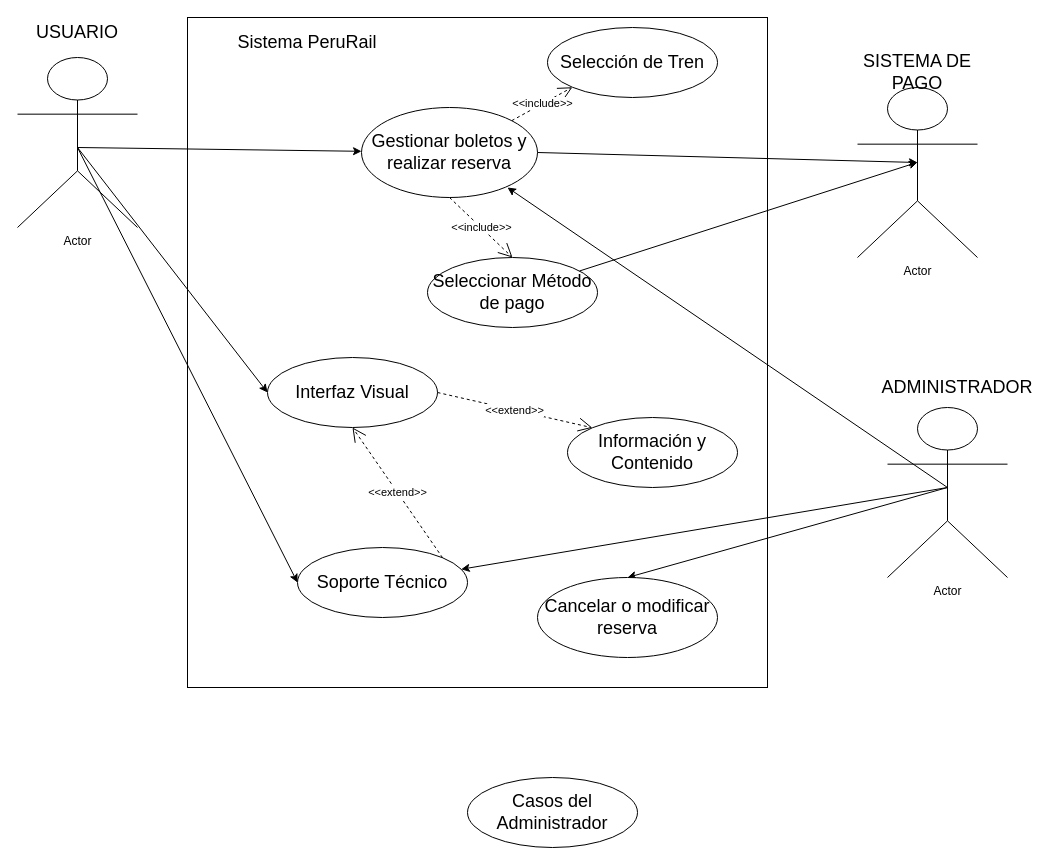
Above: Diagrama_de_usos.drawio in davidev-m/peruRail (draw.io), before the change. Source tidied: cells renumbered, new cells numbered last; positions are measured from the earlier drawing's top-left corner, leaving out a move shared by most shapes. Both pictures are drawn from the tidied source at 100%, with x=0, y=0 at pixel (17, 17).
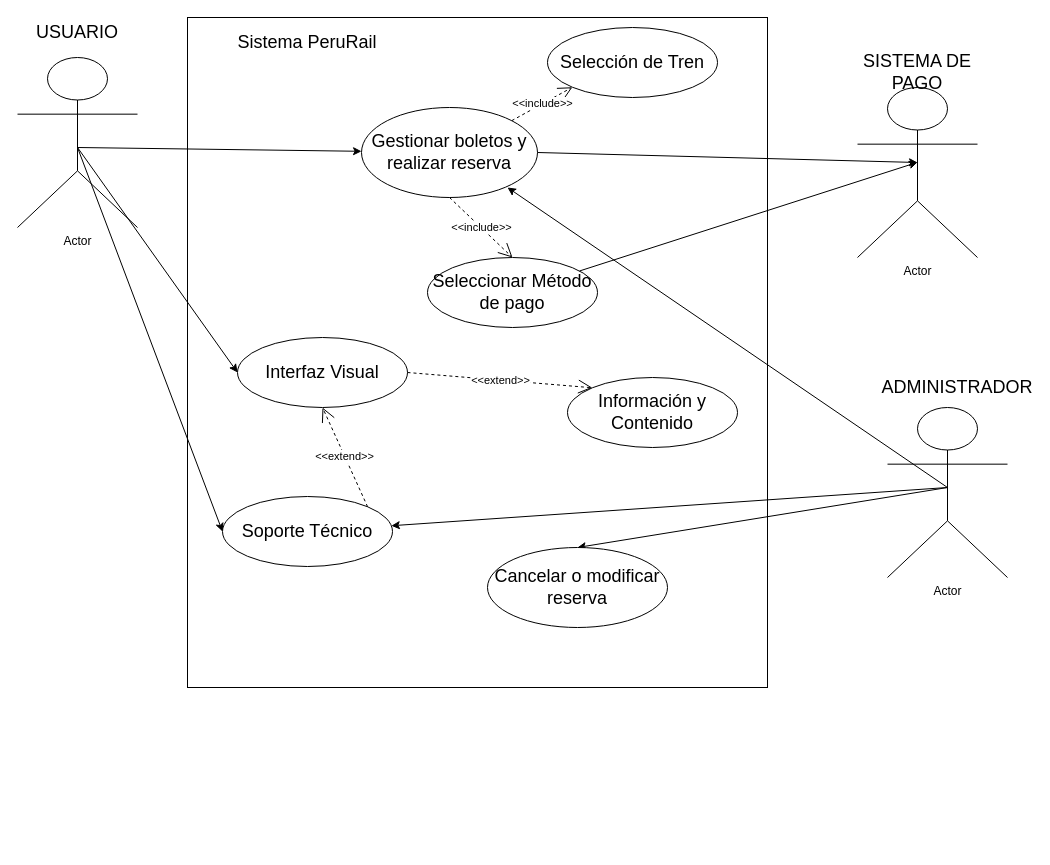
After the change.

The edit, as a diff of the source:
```diff
@@
     <mxCell id="6" value="&lt;font style=&quot;font-size: 18px;&quot;&gt;Información y Contenido&lt;/font&gt;" style="ellipse;whiteSpace=wrap;html=1;" parent="1" vertex="1">
-      <mxGeometry x="550" y="400" width="170" height="70" as="geometry" />
+      <mxGeometry x="550" y="360" width="170" height="70" as="geometry" />
     </mxCell>
     <mxCell id="7" value="&lt;font style=&quot;font-size: 18px;&quot;&gt;Soporte Técnico&lt;/font&gt;" style="ellipse;whiteSpace=wrap;html=1;" parent="1" vertex="1">
-      <mxGeometry x="280" y="530" width="170" height="70" as="geometry" />
+      <mxGeometry x="205" y="479" width="170" height="70" as="geometry" />
     </mxCell>
     <mxCell id="8" value="&lt;font style=&quot;font-size: 18px;&quot;&gt;Interfaz Visual&lt;/font&gt;" style="ellipse;whiteSpace=wrap;html=1;" parent="1" vertex="1">
-      <mxGeometry x="250" y="340" width="170" height="70" as="geometry" />
+      <mxGeometry x="220" y="320" width="170" height="70" as="geometry" />
     </mxCell>
-    <mxCell id="9" value="&lt;font style=&quot;font-size: 18px;&quot;&gt;Casos del Administrador&lt;/font&gt;" style="ellipse;whiteSpace=wrap;html=1;" parent="1" vertex="1">
-      <mxGeometry x="450" y="760" width="170" height="70" as="geometry" />
-    </mxCell>
@@
     <mxCell id="27" value="&lt;font style=&quot;font-size: 18px;&quot;&gt;Cancelar o modificar reserva&lt;/font&gt;" style="ellipse;whiteSpace=wrap;html=1;" parent="1" vertex="1">
-      <mxGeometry x="520" y="560" width="180" height="80" as="geometry" />
+      <mxGeometry x="470" y="530" width="180" height="80" as="geometry" />
     </mxCell>
```
